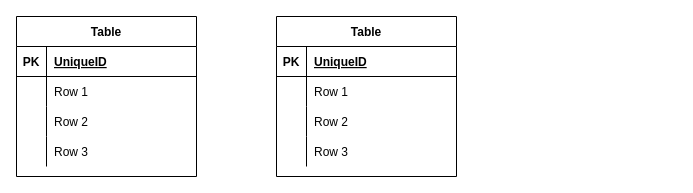
sovannseung/GitTutorial keeps this draw.io diagram as Untitled Diagram.drawio. Above is the earlier version. Source tidied: cells renumbered, new cells numbered last; positions are measured from the earlier drawing's top-left corner, leaving out a move shared by most shapes. Both pictures are drawn from the tidied source at 100%, with x=0, y=0 at pixel (16, 16).
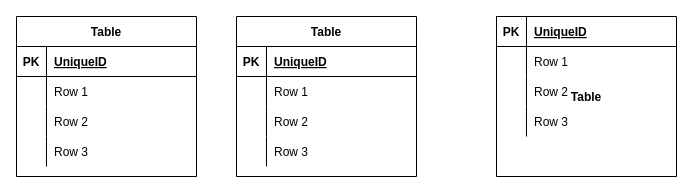
The same diagram, later.

Diff of the diagram source:
```diff
@@
+    <mxCell id="28" value="Table" style="shape=table;startSize=0;childLayout=tableLayout;rowLines=0;fontStyle=1;align=center;" parent="1" vertex="1">
+      <mxGeometry x="480" width="180" height="160" as="geometry" />
+    </mxCell>
+    <mxCell id="29" style="shape=partialRectangle;fillColor=none;top=0;left=0;bottom=1;right=0;" parent="28" vertex="1">
+      <mxGeometry width="180" height="30" as="geometry" />
+    </mxCell>
+    <mxCell id="30" value="PK" style="shape=partialRectangle;fillColor=none;top=0;left=0;bottom=0;right=0;fontStyle=1;overflow=hidden;" parent="29" vertex="1">
+      <mxGeometry width="30" height="30" as="geometry" />
+    </mxCell>
+    <mxCell id="31" value="UniqueID" style="shape=partialRectangle;fillColor=none;top=0;left=0;bottom=0;right=0;align=left;spacingLeft=6;fontStyle=5;overflow=hidden;" parent="29" vertex="1">
+      <mxGeometry x="30" width="150" height="30" as="geometry" />
+    </mxCell>
+    <mxCell id="32" style="shape=partialRectangle;fillColor=none;top=0;left=0;bottom=0;right=0;" parent="28" vertex="1">
+      <mxGeometry y="30" width="180" height="30" as="geometry" />
+    </mxCell>
+    <mxCell id="33" style="shape=partialRectangle;fillColor=none;top=0;left=0;bottom=0;right=0;overflow=hidden;" parent="32" vertex="1">
+      <mxGeometry width="30" height="30" as="geometry" />
+    </mxCell>
+    <mxCell id="34" value="Row 1" style="shape=partialRectangle;fillColor=none;top=0;left=0;bottom=0;right=0;align=left;spacingLeft=6;overflow=hidden;" parent="32" vertex="1">
+      <mxGeometry x="30" width="150" height="30" as="geometry" />
+    </mxCell>
+    <mxCell id="35" style="shape=partialRectangle;fillColor=none;top=0;left=0;bottom=0;right=0;" parent="28" vertex="1">
+      <mxGeometry y="60" width="180" height="30" as="geometry" />
+    </mxCell>
+    <mxCell id="36" style="shape=partialRectangle;fillColor=none;top=0;left=0;bottom=0;right=0;overflow=hidden;" parent="35" vertex="1">
+      <mxGeometry width="30" height="30" as="geometry" />
+    </mxCell>
+    <mxCell id="37" value="Row 2" style="shape=partialRectangle;fillColor=none;top=0;left=0;bottom=0;right=0;align=left;spacingLeft=6;overflow=hidden;" parent="35" vertex="1">
+      <mxGeometry x="30" width="150" height="30" as="geometry" />
+    </mxCell>
+    <mxCell id="38" style="shape=partialRectangle;fillColor=none;top=0;left=0;bottom=0;right=0;" parent="28" vertex="1">
+      <mxGeometry y="90" width="180" height="30" as="geometry" />
+    </mxCell>
+    <mxCell id="39" style="shape=partialRectangle;fillColor=none;top=0;left=0;bottom=0;right=0;overflow=hidden;" parent="38" vertex="1">
+      <mxGeometry width="30" height="30" as="geometry" />
+    </mxCell>
+    <mxCell id="40" value="Row 3" style="shape=partialRectangle;fillColor=none;top=0;left=0;bottom=0;right=0;align=left;spacingLeft=6;overflow=hidden;" parent="38" vertex="1">
+      <mxGeometry x="30" width="150" height="30" as="geometry" />
+    </mxCell>
     <mxCell id="15" value="Table" style="shape=table;startSize=30;childLayout=tableLayout;rowLines=0;fontStyle=1;align=center;" parent="1" vertex="1">
-      <mxGeometry x="260" width="180" height="160" as="geometry" />
+      <mxGeometry x="220" width="180" height="160" as="geometry" />
     </mxCell>
```
